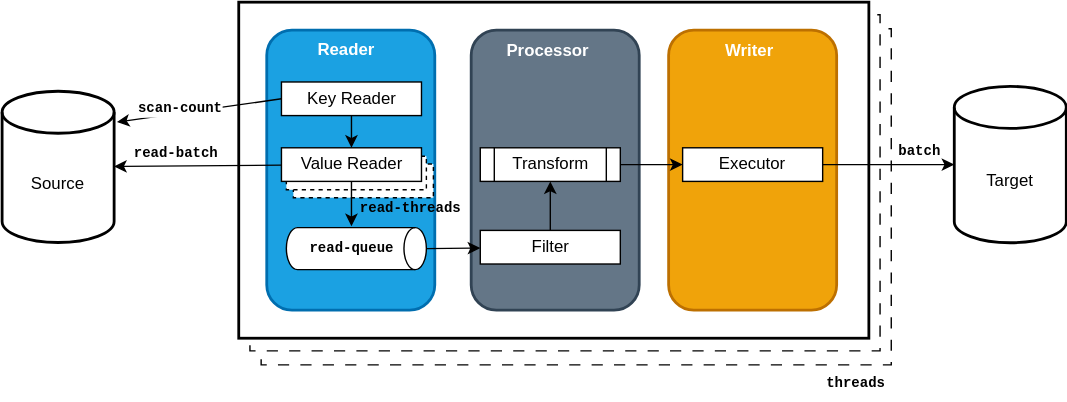
Before: docs/guide/src/docs/resources/images/replication-architecture.svg, a diagram exported from draw.io (redis-field-engineering/riotx). Source tidied: cells renumbered, new cells last; positions are measured from the earlier drawing's top-left corner, leaving out a move shared by most shapes.
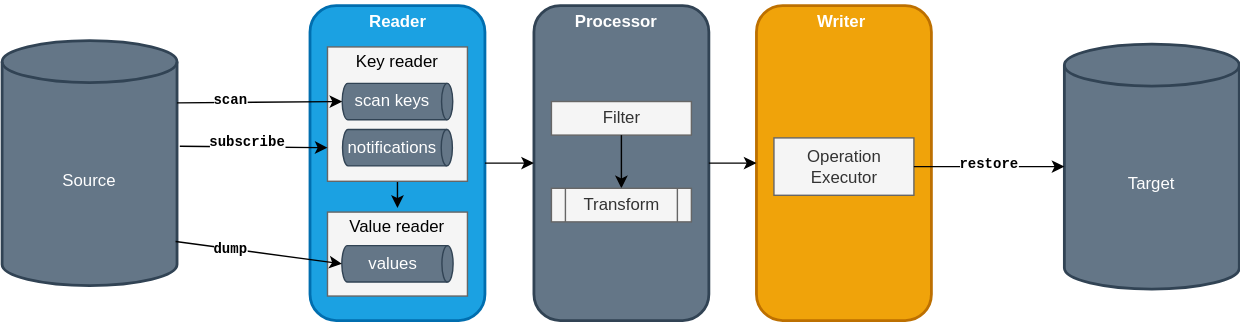
After the commit.

Change to the diagram source:
```diff
@@ -2,110 +2,103 @@
   <root>
     <mxCell id="0" />
     <mxCell id="1" parent="0" />
-    <mxCell id="2" style="rounded=0;whiteSpace=wrap;html=1;fillColor=default;dashed=1;dashPattern=8 8;" parent="1" vertex="1">
-      <mxGeometry x="185" y="19" width="450" height="240" as="geometry" />
+    <mxCell id="2" value="Source" style="shape=cylinder3;whiteSpace=wrap;html=1;boundedLbl=1;backgroundOutline=1;size=15;strokeWidth=2;fillColor=#647687;strokeColor=#314354;fontColor=#ffffff;" parent="1" vertex="1">
+      <mxGeometry x="-29" y="-152.5" width="125" height="175" as="geometry" />
     </mxCell>
-    <mxCell id="3" style="rounded=0;whiteSpace=wrap;html=1;fillColor=default;dashed=1;dashPattern=8 8;" parent="1" vertex="1">
-      <mxGeometry x="177" y="9" width="450" height="240" as="geometry" />
+    <mxCell id="3" value="Target" style="shape=cylinder3;whiteSpace=wrap;html=1;boundedLbl=1;backgroundOutline=1;size=15;strokeWidth=2;fillColor=#647687;fontColor=#ffffff;strokeColor=#314354;" parent="1" vertex="1">
+      <mxGeometry x="730" y="-150" width="125" height="175" as="geometry" />
     </mxCell>
-    <mxCell id="4" style="rounded=0;whiteSpace=wrap;html=1;fillColor=default;strokeWidth=2;" parent="1" vertex="1">
-      <mxGeometry x="169" width="450" height="240" as="geometry" />
+    <mxCell id="4" style="rounded=1;whiteSpace=wrap;html=1;fillColor=#1ba1e2;fontColor=#ffffff;strokeColor=#006EAF;strokeWidth=2;" parent="1" vertex="1">
+      <mxGeometry x="191" y="-177.5" width="125" height="225" as="geometry" />
     </mxCell>
-    <mxCell id="5" value="Source" style="shape=cylinder3;whiteSpace=wrap;html=1;boundedLbl=1;backgroundOutline=1;size=15;strokeWidth=2;" parent="1" vertex="1">
-      <mxGeometry y="63.6" width="80" height="108" as="geometry" />
+    <mxCell id="5" value="Reader" style="text;html=1;align=center;verticalAlign=middle;whiteSpace=wrap;rounded=0;fontColor=#FFFFFF;fontStyle=1;" parent="1" vertex="1">
+      <mxGeometry x="223.5" y="-181" width="60" height="30" as="geometry" />
     </mxCell>
-    <mxCell id="6" value="Target" style="shape=cylinder3;whiteSpace=wrap;html=1;boundedLbl=1;backgroundOutline=1;size=15;strokeWidth=2;" parent="1" vertex="1">
-      <mxGeometry x="680" y="60.2" width="80" height="111.7" as="geometry" />
+    <mxCell id="6" style="rounded=1;whiteSpace=wrap;html=1;fillColor=#f0a30a;fontColor=#000000;strokeColor=#BD7000;strokeWidth=2;" parent="1" vertex="1">
+      <mxGeometry x="510" y="-177.5" width="125" height="225" as="geometry" />
     </mxCell>
-    <mxCell id="7" style="rounded=1;whiteSpace=wrap;html=1;fillColor=#1ba1e2;fontColor=#ffffff;strokeColor=#006EAF;strokeWidth=2;" parent="1" vertex="1">
-      <mxGeometry x="189" y="20" width="120" height="200" as="geometry" />
+    <mxCell id="7" value="Writer" style="text;html=1;align=center;verticalAlign=middle;whiteSpace=wrap;rounded=0;fontStyle=1;fontColor=#FFFFFF;" parent="1" vertex="1">
+      <mxGeometry x="541" y="-181" width="60" height="30" as="geometry" />
     </mxCell>
-    <mxCell id="8" style="rounded=0;whiteSpace=wrap;html=1;dashed=1;" parent="1" vertex="1">
-      <mxGeometry x="208" y="115.6" width="100" height="24" as="geometry" />
+    <mxCell id="8" value="&lt;div&gt;&lt;span style=&quot;background-color: initial;&quot;&gt;Operation&lt;/span&gt;&lt;/div&gt;&lt;div&gt;&lt;span style=&quot;background-color: initial;&quot;&gt;Executor&lt;/span&gt;&lt;/div&gt;" style="whiteSpace=wrap;html=1;fillColor=#f5f5f5;strokeColor=#666666;fontColor=#333333;" parent="1" vertex="1">
+      <mxGeometry x="522.5" y="-83" width="100" height="41" as="geometry" />
     </mxCell>
-    <mxCell id="9" style="rounded=0;whiteSpace=wrap;html=1;dashed=1;" parent="1" vertex="1">
-      <mxGeometry x="203" y="110" width="100" height="24" as="geometry" />
+    <mxCell id="9" style="endArrow=classic;html=1;rounded=0;entryX=0;entryY=0.5;entryDx=0;entryDy=0;entryPerimeter=0;exitX=1;exitY=0.5;exitDx=0;exitDy=0;" parent="1" edge="1" source="8" target="3">
+      <mxGeometry relative="1" as="geometry" />
     </mxCell>
-    <mxCell id="10" style="shape=cylinder3;whiteSpace=wrap;html=1;boundedLbl=1;backgroundOutline=1;size=8.00500000000011;rotation=90;" parent="1" vertex="1">
-      <mxGeometry x="238" y="126" width="30" height="100" as="geometry" />
+    <mxCell id="10" value="&lt;font style=&quot;font-size: 10px;&quot; face=&quot;Courier New&quot;&gt;restore&lt;/font&gt;" style="edgeLabel;html=1;align=center;verticalAlign=middle;points=[];fontSize=10;fontStyle=1;" parent="9" vertex="1">
+      <mxGeometry x="0.37" y="-2" relative="1" as="geometry">
+        <mxPoint x="-20" y="-4" as="offset" />
+      </mxGeometry>
     </mxCell>
-    <mxCell id="11" value="Reader" style="text;html=1;align=center;verticalAlign=middle;whiteSpace=wrap;rounded=0;fontColor=#FFFFFF;fontStyle=1;" parent="1" vertex="1">
-      <mxGeometry x="216" y="19" width="60" height="30" as="geometry" />
+    <mxCell id="11" style="rounded=1;whiteSpace=wrap;html=1;fillColor=#647687;fontColor=#ffffff;strokeColor=#314354;strokeWidth=2;" parent="1" vertex="1">
+      <mxGeometry x="351" y="-177.5" width="125" height="225" as="geometry" />
     </mxCell>
-    <mxCell id="12" value="Key&amp;nbsp;&lt;span style=&quot;background-color: initial;&quot;&gt;Reader&lt;/span&gt;" style="rounded=0;whiteSpace=wrap;html=1;" parent="1" vertex="1">
-      <mxGeometry x="199.5" y="57" width="100" height="24" as="geometry" />
+    <mxCell id="12" value="Processor" style="text;html=1;align=center;verticalAlign=middle;whiteSpace=wrap;rounded=0;fontColor=#FFFFFF;fontStyle=1;" parent="1" vertex="1">
+      <mxGeometry x="379.5" y="-181" width="60" height="30" as="geometry" />
     </mxCell>
-    <mxCell id="13" style="endArrow=classic;html=1;rounded=0;" parent="1" edge="1" source="14" target="16">
-      <mxGeometry relative="1" as="geometry" />
+    <mxCell id="13" value="&lt;span style=&quot;background-color: initial;&quot;&gt;Filter&lt;/span&gt;" style="rounded=0;whiteSpace=wrap;html=1;fillColor=#f5f5f5;strokeColor=#666666;fontColor=#333333;" parent="1" vertex="1">
+      <mxGeometry x="363.5" y="-109" width="100" height="24" as="geometry" />
     </mxCell>
-    <mxCell id="14" value="Value&amp;nbsp;&lt;span style=&quot;background-color: initial;&quot;&gt;Reader&lt;/span&gt;" style="rounded=0;whiteSpace=wrap;html=1;" parent="1" vertex="1">
-      <mxGeometry x="199.5" y="104" width="100" height="24" as="geometry" />
+    <mxCell id="14" style="endArrow=classic;html=1;rounded=0;" parent="1" edge="1" source="13" target="16">
+      <mxGeometry relative="1" as="geometry" />
     </mxCell>
-    <mxCell id="15" style="endArrow=classic;html=1;rounded=0;" parent="1" edge="1" source="12" target="14">
+    <mxCell id="15" style="endArrow=classic;html=1;rounded=0;exitX=1;exitY=0.5;exitDx=0;exitDy=0;entryX=0;entryY=0.5;entryDx=0;entryDy=0;" parent="1" edge="1" source="11" target="6">
       <mxGeometry relative="1" as="geometry" />
     </mxCell>
-    <mxCell id="16" value="&lt;font style=&quot;font-size: 10px;&quot; face=&quot;Courier New&quot;&gt;&lt;b&gt;read-queue&lt;/b&gt;&lt;/font&gt;" style="text;html=1;align=center;verticalAlign=middle;whiteSpace=wrap;rounded=0;" parent="1" vertex="1">
-      <mxGeometry x="199.5" y="160" width="100" height="30" as="geometry" />
+    <mxCell id="16" value="Transform" style="shape=process;whiteSpace=wrap;html=1;backgroundOutline=1;fillColor=#f5f5f5;strokeColor=#666666;fontColor=#333333;" parent="1" vertex="1">
+      <mxGeometry x="363.5" y="-47" width="100" height="24" as="geometry" />
     </mxCell>
-    <mxCell id="17" value="read-threads" style="text;align=center;verticalAlign=middle;whiteSpace=wrap;rounded=0;spacing=0;html=1;fontFamily=Courier New;fontSize=10;fontStyle=1;" parent="1" vertex="1">
-      <mxGeometry x="249" y="132" width="86" height="30" as="geometry" />
+    <mxCell id="17" style="endArrow=classic;html=1;rounded=0;exitX=0.5;exitY=1;exitDx=0;exitDy=0;entryX=0.5;entryY=0;entryDx=0;entryDy=0;" parent="1" edge="1" source="19" target="24">
+      <mxGeometry relative="1" as="geometry" />
     </mxCell>
-    <mxCell id="18" style="endArrow=classic;html=1;rounded=0;" parent="1" edge="1" source="14" target="5">
+    <mxCell id="18" style="endArrow=classic;html=1;rounded=0;exitX=1;exitY=0.5;exitDx=0;exitDy=0;entryX=0;entryY=0.5;entryDx=0;entryDy=0;" parent="1" edge="1" source="4" target="11">
       <mxGeometry relative="1" as="geometry" />
     </mxCell>
-    <mxCell id="19" value="&lt;font style=&quot;font-size: 10px;&quot; face=&quot;Courier New&quot;&gt;read-batch&lt;/font&gt;" style="edgeLabel;html=1;align=center;verticalAlign=middle;points=[];labelBackgroundColor=default;fontSize=10;fontStyle=1;" parent="18" vertex="1">
-      <mxGeometry x="-0.33" y="-2" relative="1" as="geometry">
-        <mxPoint x="-36" y="-7" as="offset" />
-      </mxGeometry>
+    <mxCell id="19" style="rounded=0;whiteSpace=wrap;html=1;fillColor=#f5f5f5;strokeColor=#666666;fontColor=#333333;" parent="1" vertex="1">
+      <mxGeometry x="203.5" y="-148" width="100" height="96" as="geometry" />
     </mxCell>
-    <mxCell id="20" style="endArrow=classic;html=1;rounded=0;exitX=0;exitY=0.5;exitDx=0;exitDy=0;entryX=1.025;entryY=0.204;entryDx=0;entryDy=0;entryPerimeter=0;" parent="1" edge="1" source="12" target="5">
-      <mxGeometry relative="1" as="geometry" />
+    <mxCell id="20" value="scan keys" style="shape=cylinder3;whiteSpace=wrap;html=1;boundedLbl=1;backgroundOutline=1;size=4;direction=south;fillColor=#647687;strokeColor=#314354;fontColor=#ffffff;" parent="1" vertex="1">
+      <mxGeometry x="214" y="-122" width="79" height="26" as="geometry" />
     </mxCell>
-    <mxCell id="21" value="&lt;font style=&quot;font-size: 10px;&quot; face=&quot;Courier New&quot;&gt;scan-count&lt;/font&gt;" style="edgeLabel;html=1;align=center;verticalAlign=middle;fontSize=10;fontStyle=1;" parent="20" vertex="1">
-      <mxGeometry x="-0.11" relative="1" as="geometry">
-        <mxPoint x="-21" y="-1" as="offset" />
-      </mxGeometry>
+    <mxCell id="21" value="notifications" style="shape=cylinder3;whiteSpace=wrap;html=1;boundedLbl=1;backgroundOutline=1;size=4;direction=south;fillColor=#647687;strokeColor=#314354;fontColor=#ffffff;" parent="1" vertex="1">
+      <mxGeometry x="214.2" y="-89" width="78.5" height="26" as="geometry" />
     </mxCell>
-    <mxCell id="22" style="rounded=1;whiteSpace=wrap;html=1;fillColor=#f0a30a;fontColor=#000000;strokeColor=#BD7000;strokeWidth=2;" parent="1" vertex="1">
-      <mxGeometry x="476" y="20" width="120" height="200" as="geometry" />
+    <mxCell id="22" value="&lt;span style=&quot;color: rgb(0, 0, 0); font-family: Helvetica; font-size: 12px; font-style: normal; font-variant-ligatures: normal; font-variant-caps: normal; font-weight: 400; letter-spacing: normal; orphans: 2; text-indent: 0px; text-transform: none; widows: 2; word-spacing: 0px; -webkit-text-stroke-width: 0px; white-space: normal; text-decoration-thickness: initial; text-decoration-style: initial; text-decoration-color: initial; float: none; display: inline !important;&quot;&gt;Key reader&lt;/span&gt;" style="text;whiteSpace=wrap;html=1;labelBackgroundColor=none;align=center;" parent="1" vertex="1">
+      <mxGeometry x="215" y="-151" width="77" height="33" as="geometry" />
     </mxCell>
-    <mxCell id="23" value="Writer" style="text;html=1;align=center;verticalAlign=middle;whiteSpace=wrap;rounded=0;fontStyle=1;fontColor=#FFFFFF;" parent="1" vertex="1">
-      <mxGeometry x="503.5" y="20" width="60" height="30" as="geometry" />
+    <mxCell id="23" style="rounded=0;whiteSpace=wrap;html=1;fillColor=#f5f5f5;strokeColor=#666666;fontColor=#333333;" parent="1" vertex="1">
+      <mxGeometry x="203.5" y="-30" width="100" height="60" as="geometry" />
     </mxCell>
-    <mxCell id="24" value="&lt;div&gt;&lt;span style=&quot;background-color: initial;&quot;&gt;Executor&lt;/span&gt;&lt;/div&gt;" style="whiteSpace=wrap;html=1;" parent="1" vertex="1">
-      <mxGeometry x="486" y="104" width="100" height="24" as="geometry" />
+    <mxCell id="24" value="&lt;span style=&quot;color: rgb(0, 0, 0); font-family: Helvetica; font-size: 12px; font-style: normal; font-variant-ligatures: normal; font-variant-caps: normal; font-weight: 400; letter-spacing: normal; orphans: 2; text-indent: 0px; text-transform: none; widows: 2; word-spacing: 0px; -webkit-text-stroke-width: 0px; white-space: normal; text-decoration-thickness: initial; text-decoration-style: initial; text-decoration-color: initial; float: none; display: inline !important;&quot;&gt;Value reader&lt;/span&gt;" style="text;whiteSpace=wrap;html=1;labelBackgroundColor=none;align=center;" parent="1" vertex="1">
+      <mxGeometry x="215" y="-33" width="77" height="21" as="geometry" />
     </mxCell>
-    <mxCell id="25" style="endArrow=classic;html=1;rounded=0;entryX=0;entryY=0.5;entryDx=0;entryDy=0;entryPerimeter=0;exitX=1;exitY=0.5;exitDx=0;exitDy=0;" parent="1" edge="1" source="24" target="6">
-      <mxGeometry relative="1" as="geometry" />
+    <mxCell id="25" value="values" style="shape=cylinder3;whiteSpace=wrap;html=1;boundedLbl=1;backgroundOutline=1;size=4;direction=south;fillColor=#647687;strokeColor=#314354;fontColor=#ffffff;" parent="1" vertex="1">
+      <mxGeometry x="213.8" y="-6" width="79.5" height="26" as="geometry" />
     </mxCell>
-    <mxCell id="26" value="&lt;font style=&quot;font-size: 10px;&quot; face=&quot;Courier New&quot;&gt;batch&lt;/font&gt;" style="edgeLabel;html=1;align=center;verticalAlign=middle;fontSize=10;fontStyle=1;" parent="25" vertex="1">
-      <mxGeometry x="0.37" y="-2" relative="1" as="geometry">
-        <mxPoint x="4" y="-11" as="offset" />
-      </mxGeometry>
+    <mxCell id="26" style="endArrow=classic;html=1;rounded=0;entryX=0;entryY=0.75;entryDx=0;entryDy=0;exitX=1.016;exitY=0.431;exitDx=0;exitDy=0;exitPerimeter=0;" parent="1" edge="1" source="2" target="19">
+      <mxGeometry relative="1" as="geometry" />
     </mxCell>
-    <mxCell id="27" style="rounded=1;whiteSpace=wrap;html=1;fillColor=#647687;fontColor=#ffffff;strokeColor=#314354;strokeWidth=2;" parent="1" vertex="1">
-      <mxGeometry x="335" y="20" width="120" height="200" as="geometry" />
+    <mxCell id="27" value="&lt;span style=&quot;font-family: &amp;quot;Courier New&amp;quot;;&quot;&gt;subscribe&lt;/span&gt;" style="edgeLabel;html=1;align=center;verticalAlign=middle;fontSize=10;fontStyle=1;" parent="26" vertex="1">
+      <mxGeometry x="-0.11" relative="1" as="geometry">
+        <mxPoint x="1" y="-4" as="offset" />
+      </mxGeometry>
     </mxCell>
-    <mxCell id="28" value="Processor" style="text;html=1;align=center;verticalAlign=middle;whiteSpace=wrap;rounded=0;fontColor=#FFFFFF;fontStyle=1;" parent="1" vertex="1">
-      <mxGeometry x="359.5" y="20" width="60" height="30" as="geometry" />
+    <mxCell id="28" style="endArrow=classic;html=1;rounded=0;entryX=0.5;entryY=1;entryDx=0;entryDy=0;entryPerimeter=0;exitX=1;exitY=0.254;exitDx=0;exitDy=0;exitPerimeter=0;" parent="1" edge="1" source="2" target="20">
+      <mxGeometry relative="1" as="geometry" />
     </mxCell>
-    <mxCell id="29" value="&lt;span style=&quot;background-color: initial;&quot;&gt;Filter&lt;/span&gt;" style="rounded=0;whiteSpace=wrap;html=1;" parent="1" vertex="1">
-      <mxGeometry x="341.5" y="163" width="100" height="24" as="geometry" />
+    <mxCell id="29" value="&lt;font style=&quot;font-size: 10px;&quot; face=&quot;Courier New&quot;&gt;scan&lt;/font&gt;" style="edgeLabel;html=1;align=center;verticalAlign=middle;points=[];fontSize=10;fontStyle=1;" parent="28" vertex="1">
+      <mxGeometry x="-0.11" relative="1" as="geometry">
+        <mxPoint x="-15" y="-2" as="offset" />
+      </mxGeometry>
     </mxCell>
-    <mxCell id="30" style="endArrow=classic;html=1;rounded=0;" parent="1" edge="1" source="29" target="34">
+    <mxCell id="30" style="endArrow=classic;html=1;rounded=0;entryX=0.5;entryY=1;entryDx=0;entryDy=0;entryPerimeter=0;exitX=0.992;exitY=0.82;exitDx=0;exitDy=0;exitPerimeter=0;" parent="1" edge="1" source="2" target="25">
       <mxGeometry relative="1" as="geometry" />
     </mxCell>
-    <mxCell id="31" style="endArrow=classic;html=1;rounded=0;exitX=0.5;exitY=0;exitDx=0;exitDy=0;exitPerimeter=0;" parent="1" edge="1" source="10" target="29">
-      <mxGeometry relative="1" as="geometry" />
+    <mxCell id="31" value="&lt;font style=&quot;font-size: 10px;&quot; face=&quot;Courier New&quot;&gt;dump&lt;/font&gt;" style="edgeLabel;html=1;align=center;verticalAlign=middle;fontSize=10;fontStyle=1;" parent="30" vertex="1">
+      <mxGeometry x="-0.11" relative="1" as="geometry">
+        <mxPoint x="-15" y="-2" as="offset" />
+      </mxGeometry>
     </mxCell>
-    <mxCell id="32" style="endArrow=classic;html=1;rounded=0;exitX=1;exitY=0.5;exitDx=0;exitDy=0;" parent="1" edge="1" source="34" target="24">
-      <mxGeometry relative="1" as="geometry" />
-    </mxCell>
-    <mxCell id="33" value="&lt;font face=&quot;Courier New&quot; style=&quot;font-size: 10px;&quot;&gt;&lt;span style=&quot;background-color: initial;&quot;&gt;threads&lt;/span&gt;&lt;/font&gt;" style="text;html=1;align=center;verticalAlign=middle;whiteSpace=wrap;rounded=0;fontStyle=1;" parent="1" vertex="1">
-      <mxGeometry x="566.5" y="256" width="86" height="30" as="geometry" />
-    </mxCell>
-    <mxCell id="34" value="Transform" style="shape=process;whiteSpace=wrap;html=1;backgroundOutline=1;" parent="1" vertex="1">
-      <mxGeometry x="341.5" y="104" width="100" height="24" as="geometry" />
-    </mxCell>
   </root>
 </mxGraphModel>
```
